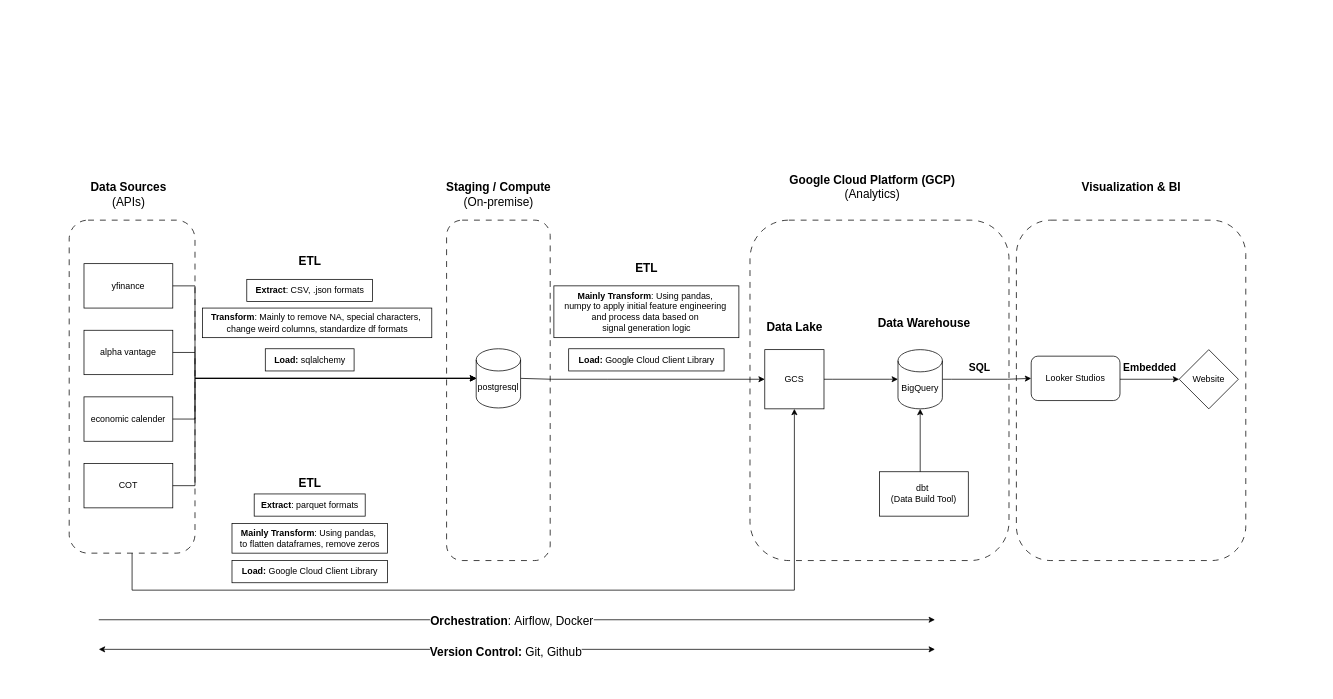
Earlier version of the draw.io diagram cloud_system_architecture.drawio (Tgop1310/Projects). Source tidied: cells renumbered, new cells numbered last; positions are measured from the earlier drawing's top-left corner, leaving out a move shared by most shapes. Both pictures are drawn from the tidied source at 74%, with x=0, y=0 at pixel (69, 168).
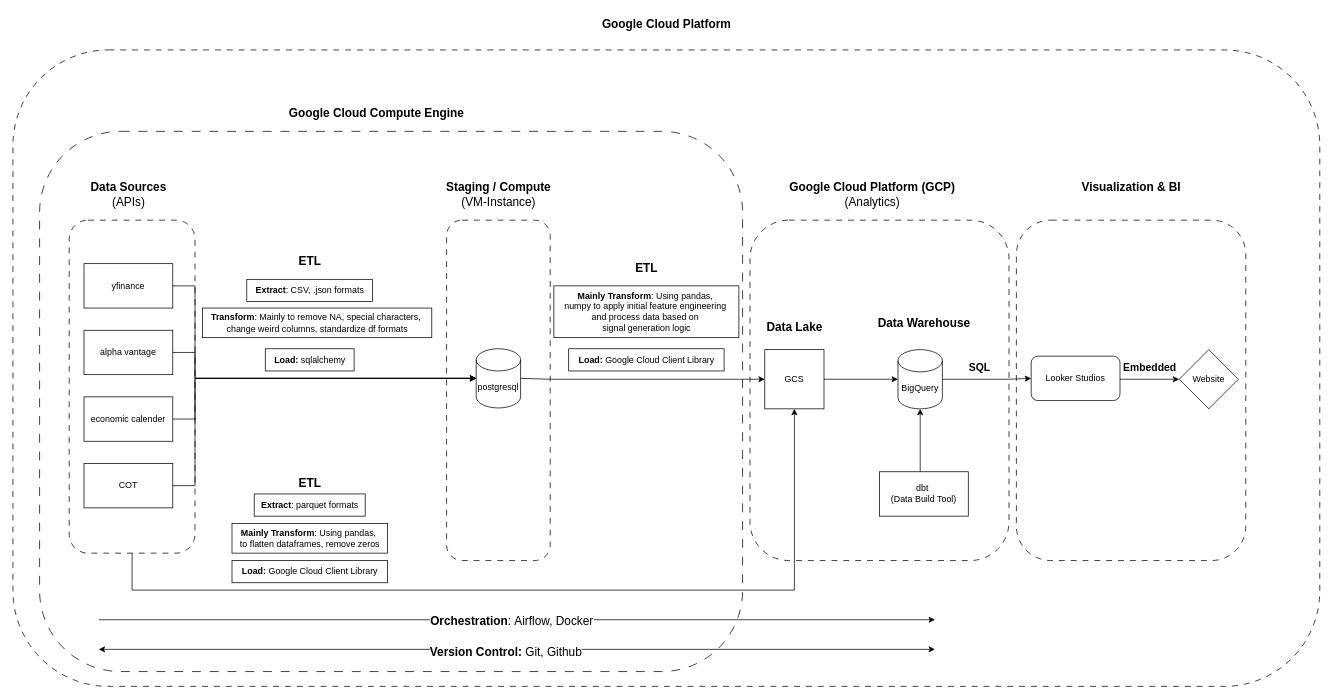
The same page after the edit.

What changed in the source:
```diff
@@
+    <mxCell id="49" style="rounded=1;whiteSpace=wrap;html=1;fillColor=none;dashed=1;dashPattern=8 8;" parent="1" vertex="1">
+      <mxGeometry x="-76" y="-160" width="1766" height="860" as="geometry" />
+    </mxCell>
+    <mxCell id="50" style="rounded=1;whiteSpace=wrap;html=1;dashed=1;dashPattern=12 12;fillColor=none;strokeColor=#000000;" parent="1" vertex="1">
+      <mxGeometry x="-40" y="-50" width="950" height="730" as="geometry" />
+    </mxCell>
@@
-    <mxCell id="12" value="Staging / Compute&lt;div&gt;&lt;span style=&quot;font-weight: normal;&quot;&gt;(On-premise)&lt;/span&gt;&lt;/div&gt;" style="text;html=1;align=center;verticalAlign=middle;strokeColor=none;fillColor=none;fontStyle=1;fontSize=16;" parent="1" vertex="1">
+    <mxCell id="12" value="Staging / Compute&lt;div&gt;&lt;span style=&quot;font-weight: normal;&quot;&gt;(VM-Instance)&lt;/span&gt;&lt;/div&gt;" style="text;html=1;align=center;verticalAlign=middle;strokeColor=none;fillColor=none;fontStyle=1;fontSize=16;" parent="1" vertex="1">
       <mxGeometry x="500" y="10" width="160" height="50" as="geometry" />
     </mxCell>
@@
     <mxCell id="19" value="Google Cloud Platform (GCP)&lt;div&gt;&lt;span style=&quot;font-weight: normal;&quot;&gt;(Analytics)&lt;/span&gt;&lt;/div&gt;" style="text;html=1;align=center;verticalAlign=middle;strokeColor=none;fillColor=none;fontStyle=1;fontSize=16;" parent="1" vertex="1">
-      <mxGeometry x="965" width="240" height="50" as="geometry" />
+      <mxGeometry x="965" y="10" width="240" height="50" as="geometry" />
     </mxCell>
@@
+    <mxCell id="51" value="Google Cloud Platform" style="text;html=1;align=center;verticalAlign=middle;strokeColor=none;fillColor=none;fontStyle=1;fontSize=16;" parent="1" vertex="1">
+      <mxGeometry x="712" y="-210" width="190" height="30" as="geometry" />
+    </mxCell>
+    <mxCell id="52" value="Google Cloud Compute Engine" style="text;html=1;align=center;verticalAlign=middle;strokeColor=none;fillColor=none;fontStyle=1;fontSize=16;" parent="1" vertex="1">
+      <mxGeometry x="295" y="-90" width="240" height="30" as="geometry" />
+    </mxCell>
```
